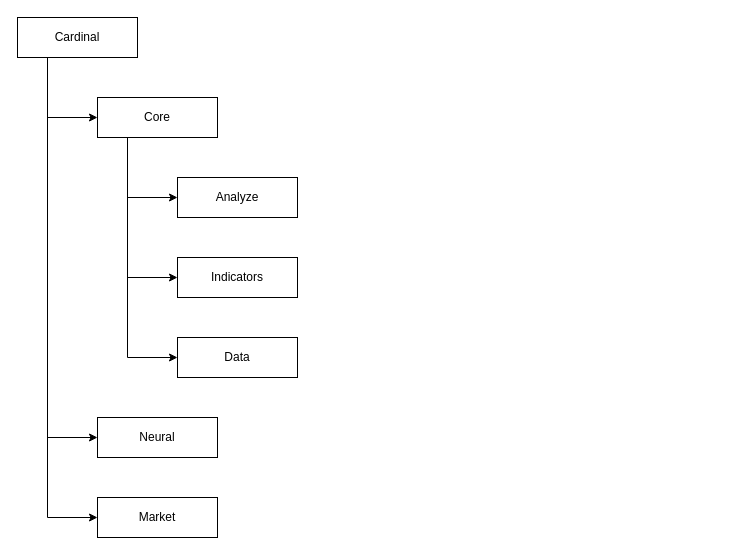
The draw.io diagram docs/Structure.drawio in GermanPlaxunov/Cardinal-old, before the edit. Source tidied: cells renumbered, new cells numbered last; positions are measured from the earlier drawing's top-left corner, leaving out a move shared by most shapes. Both pictures are drawn from the tidied source at 100%, with x=0, y=0 at pixel (17, 17).
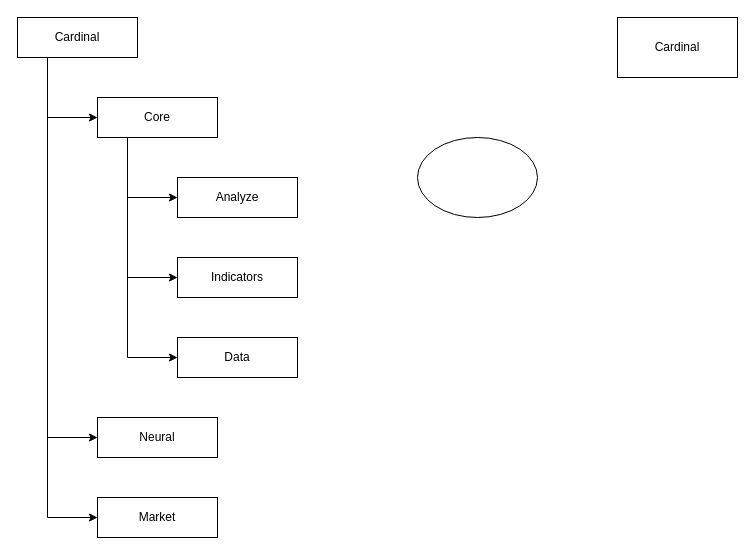
The same page after the edit.

What changed in the source:
```diff
@@
 <mxGraphModel>
   <root>
     <mxCell id="0" />
     <mxCell id="1" parent="0" />
     <mxCell id="2" style="edgeStyle=orthogonalEdgeStyle;rounded=0;jettySize=auto;html=1;exitX=0.25;exitY=1;exitDx=0;exitDy=0;entryX=0;entryY=0.5;entryDx=0;entryDy=0;" parent="1" edge="1" source="5" target="9">
       <mxGeometry relative="1" as="geometry" />
     </mxCell>
     <mxCell id="3" style="edgeStyle=orthogonalEdgeStyle;rounded=0;jettySize=auto;html=1;exitX=0.25;exitY=1;exitDx=0;exitDy=0;entryX=0;entryY=0.5;entryDx=0;entryDy=0;" parent="1" edge="1" source="5" target="12">
       <mxGeometry relative="1" as="geometry" />
     </mxCell>
     <mxCell id="4" style="edgeStyle=orthogonalEdgeStyle;rounded=0;jettySize=auto;html=1;exitX=0.25;exitY=1;exitDx=0;exitDy=0;entryX=0;entryY=0.5;entryDx=0;entryDy=0;" parent="1" edge="1" source="5" target="13">
       <mxGeometry relative="1" as="geometry" />
     </mxCell>
     <mxCell id="5" value="Cardinal" style="rounded=0;whiteSpace=wrap;html=1;" parent="1" vertex="1">
       <mxGeometry width="120" height="40" as="geometry" />
     </mxCell>
     <mxCell id="6" style="edgeStyle=orthogonalEdgeStyle;rounded=0;jettySize=auto;html=1;exitX=0.25;exitY=1;exitDx=0;exitDy=0;" parent="1" edge="1" source="9" target="11">
       <mxGeometry relative="1" as="geometry">
         <Array as="points">
           <mxPoint x="110" y="260" />
         </Array>
       </mxGeometry>
     </mxCell>
     <mxCell id="7" style="edgeStyle=orthogonalEdgeStyle;rounded=0;jettySize=auto;html=1;exitX=0.25;exitY=1;exitDx=0;exitDy=0;entryX=0;entryY=0.5;entryDx=0;entryDy=0;" parent="1" edge="1" source="9" target="10">
       <mxGeometry relative="1" as="geometry" />
     </mxCell>
     <mxCell id="8" style="edgeStyle=orthogonalEdgeStyle;rounded=0;jettySize=auto;html=1;exitX=0.25;exitY=1;exitDx=0;exitDy=0;entryX=0;entryY=0.5;entryDx=0;entryDy=0;" parent="1" edge="1" source="9" target="14">
       <mxGeometry relative="1" as="geometry" />
     </mxCell>
     <mxCell id="9" value="Core" style="rounded=0;whiteSpace=wrap;html=1;" parent="1" vertex="1">
       <mxGeometry x="80" y="80" width="120" height="40" as="geometry" />
     </mxCell>
     <mxCell id="10" value="Data" style="rounded=0;whiteSpace=wrap;html=1;" parent="1" vertex="1">
       <mxGeometry x="160" y="320" width="120" height="40" as="geometry" />
     </mxCell>
     <mxCell id="11" value="Indicators" style="rounded=0;whiteSpace=wrap;html=1;" parent="1" vertex="1">
       <mxGeometry x="160" y="240" width="120" height="40" as="geometry" />
     </mxCell>
     <mxCell id="12" value="Neural" style="rounded=0;whiteSpace=wrap;html=1;" parent="1" vertex="1">
       <mxGeometry x="80" y="400" width="120" height="40" as="geometry" />
     </mxCell>
     <mxCell id="13" value="Market" style="rounded=0;whiteSpace=wrap;html=1;" parent="1" vertex="1">
       <mxGeometry x="80" y="480" width="120" height="40" as="geometry" />
     </mxCell>
     <mxCell id="14" value="Analyze" style="rounded=0;whiteSpace=wrap;html=1;" parent="1" vertex="1">
       <mxGeometry x="160" y="160" width="120" height="40" as="geometry" />
     </mxCell>
+    <mxCell id="15" value="Cardinal" style="rounded=0;whiteSpace=wrap;html=1;" parent="1" vertex="1">
+      <mxGeometry x="600" width="120" height="60" as="geometry" />
+    </mxCell>
+    <mxCell id="16" style="ellipse;whiteSpace=wrap;html=1;" parent="1" vertex="1">
+      <mxGeometry x="400" y="120" width="120" height="80" as="geometry" />
+    </mxCell>
   </root>
 </mxGraphModel>
```
